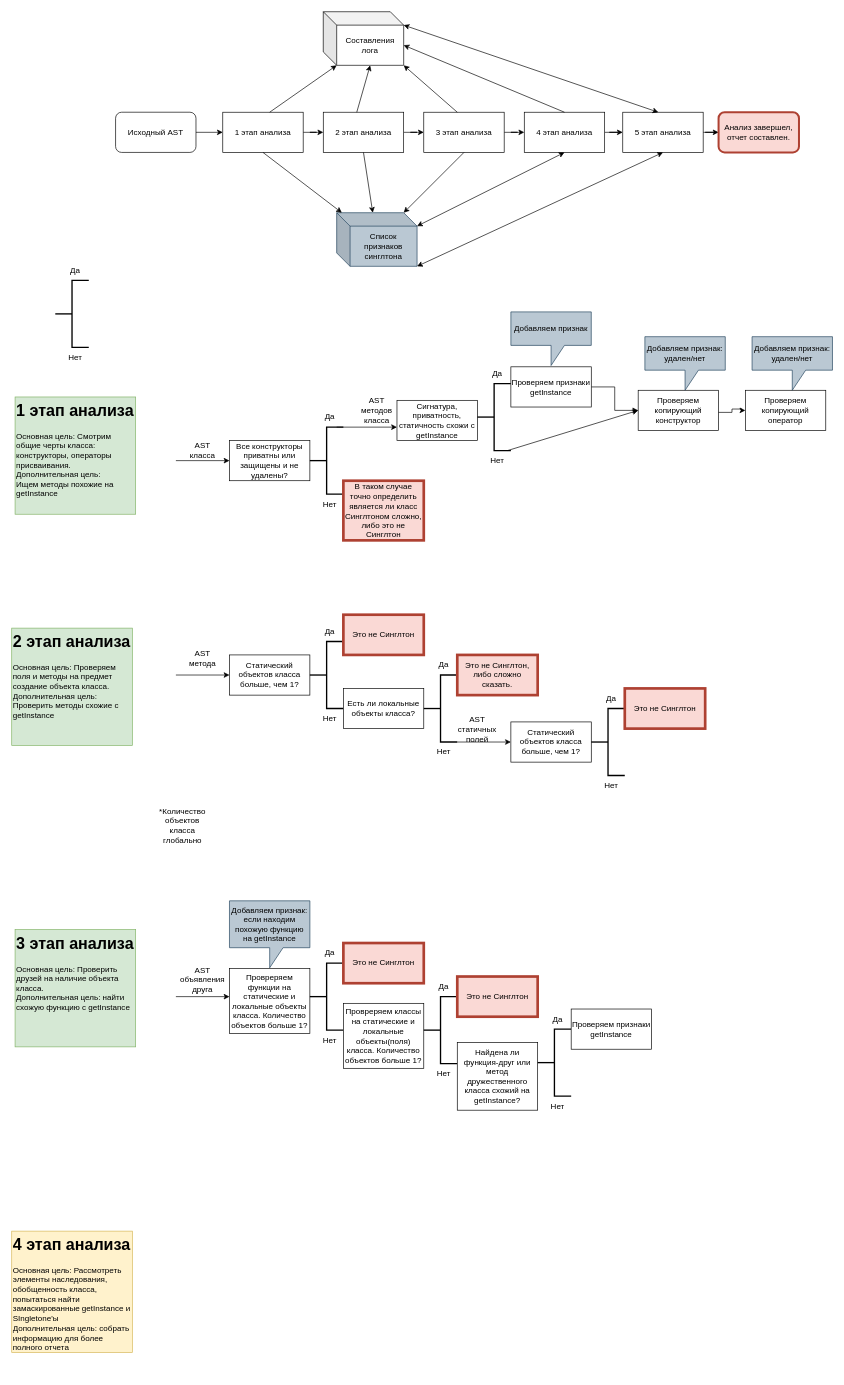
Before: CheckerDiagram.drawio in eastpriSs/SingletonChecker, a draw.io diagram. Source tidied: cells renumbered, new cells numbered last; positions are measured from the earlier drawing's top-left corner, leaving out a move shared by most shapes. Both pictures are drawn from the tidied source at 67%, with x=0, y=0 at pixel (11, 11).
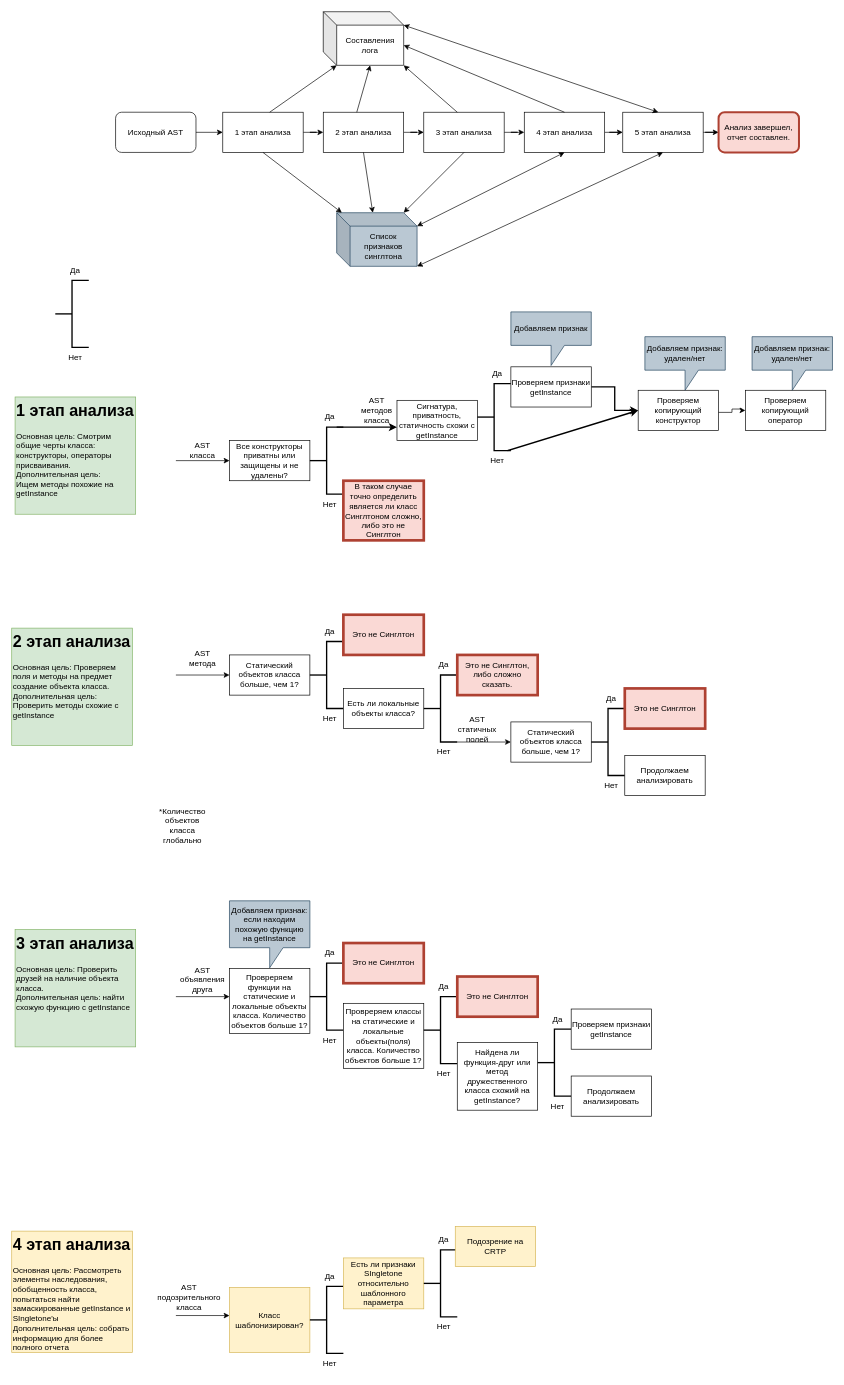
The same diagram, later.

The change refers to these unchanged cells:
```xml
<mxCell id="42" value="Нет" style="text;html=1;align=center;verticalAlign=middle;whiteSpace=wrap;rounded=0;" parent="1" vertex="1">
  <mxGeometry x="695" y="655" width="60" height="30" as="geometry" />
</mxCell>
<mxCell id="44" value="Проверяем признаки getInstance" style="rounded=0;whiteSpace=wrap;html=1;" parent="1" vertex="1">
  <mxGeometry x="745" y="530" width="120" height="60" as="geometry" />
</mxCell>
<mxCell id="46" value="Проверяем копирующий конструктор" style="rounded=0;whiteSpace=wrap;html=1;" parent="1" vertex="1">
  <mxGeometry x="935" y="565" width="120" height="60" as="geometry" />
</mxCell>
```

The edit, as a diff of the source:
```diff
@@
-    <mxCell id="37" style="endArrow=classic;html=1;rounded=0;" parent="1" edge="1">
+    <mxCell id="37" style="endArrow=classic;html=1;rounded=0;strokeWidth=2;" parent="1" edge="1">
       <mxGeometry relative="1" as="geometry">
         <mxPoint x="485" y="620" as="sourcePoint" />
         <mxPoint x="575" y="620" as="targetPoint" />
       </mxGeometry>
     </mxCell>
@@
-    <mxCell id="43" style="edgeStyle=orthogonalEdgeStyle;rounded=0;jettySize=auto;html=1;" parent="1" edge="1" source="44" target="46">
+    <mxCell id="43" style="edgeStyle=orthogonalEdgeStyle;rounded=0;jettySize=auto;html=1;strokeWidth=2;" parent="1" edge="1" source="44" target="46">
       <mxGeometry relative="1" as="geometry" />
     </mxCell>
@@
-    <mxCell id="48" style="endArrow=classic;html=1;rounded=0;exitX=0.75;exitY=0;exitDx=0;exitDy=0;entryX=0;entryY=0.5;entryDx=0;entryDy=0;" parent="1" edge="1" source="42" target="46">
+    <mxCell id="48" style="endArrow=classic;html=1;rounded=0;exitX=0.75;exitY=0;exitDx=0;exitDy=0;entryX=0;entryY=0.5;entryDx=0;entryDy=0;strokeWidth=2;" parent="1" edge="1" source="42" target="46">
       <mxGeometry relative="1" as="geometry" />
     </mxCell>
@@
+    <mxCell id="94" style="endArrow=classic;html=1;rounded=0;" parent="1" edge="1">
+      <mxGeometry relative="1" as="geometry">
+        <mxPoint x="245" y="1946" as="sourcePoint" />
+        <mxPoint x="325" y="1946" as="targetPoint" />
+      </mxGeometry>
+    </mxCell>
+    <mxCell id="95" value="AST подозрительного класса" style="text;html=1;align=center;verticalAlign=middle;whiteSpace=wrap;rounded=0;" parent="1" vertex="1">
+      <mxGeometry x="235" y="1904" width="60" height="30" as="geometry" />
+    </mxCell>
+    <mxCell id="96" value="Класс шаблонизирован?" style="rounded=0;whiteSpace=wrap;html=1;fillColor=#fff2cc;strokeColor=#d6b656;" parent="1" vertex="1">
+      <mxGeometry x="325" y="1904" width="120" height="97" as="geometry" />
+    </mxCell>
+    <mxCell id="97" style="strokeWidth=2;html=1;shape=mxgraph.flowchart.annotation_2;align=left;labelPosition=right;" parent="1" vertex="1">
+      <mxGeometry x="445" y="1902.5" width="50" height="100" as="geometry" />
+    </mxCell>
+    <mxCell id="98" value="Да" style="text;html=1;align=center;verticalAlign=middle;whiteSpace=wrap;rounded=0;" parent="1" vertex="1">
+      <mxGeometry x="445" y="1872.5" width="60" height="30" as="geometry" />
+    </mxCell>
+    <mxCell id="99" value="Нет" style="text;html=1;align=center;verticalAlign=middle;whiteSpace=wrap;rounded=0;" parent="1" vertex="1">
+      <mxGeometry x="445" y="2002.5" width="60" height="30" as="geometry" />
+    </mxCell>
+    <mxCell id="100" value="Есть ли признаки SIngletone относительно шаблонного параметра" style="rounded=0;whiteSpace=wrap;html=1;fillColor=#fff2cc;strokeColor=#d6b656;" parent="1" vertex="1">
+      <mxGeometry x="495" y="1860" width="120" height="76" as="geometry" />
+    </mxCell>
+    <mxCell id="101" value="Продолжаем анализировать" style="rounded=0;whiteSpace=wrap;html=1;" parent="1" vertex="1">
+      <mxGeometry x="915" y="1110" width="120" height="60" as="geometry" />
+    </mxCell>
+    <mxCell id="102" value="Продолжаем анализировать" style="rounded=0;whiteSpace=wrap;html=1;" parent="1" vertex="1">
+      <mxGeometry x="835" y="1588.5" width="120" height="60" as="geometry" />
+    </mxCell>
+    <mxCell id="103" style="strokeWidth=2;html=1;shape=mxgraph.flowchart.annotation_2;align=left;labelPosition=right;" parent="1" vertex="1">
+      <mxGeometry x="615" y="1848" width="50" height="100" as="geometry" />
+    </mxCell>
+    <mxCell id="104" value="Да" style="text;html=1;align=center;verticalAlign=middle;whiteSpace=wrap;rounded=0;" parent="1" vertex="1">
+      <mxGeometry x="615" y="1818" width="60" height="30" as="geometry" />
+    </mxCell>
+    <mxCell id="105" value="Нет" style="text;html=1;align=center;verticalAlign=middle;whiteSpace=wrap;rounded=0;" parent="1" vertex="1">
+      <mxGeometry x="615" y="1948" width="60" height="30" as="geometry" />
+    </mxCell>
+    <mxCell id="106" value="Подозрение на CRTP" style="rounded=0;whiteSpace=wrap;html=1;fillColor=#fff2cc;strokeColor=#d6b656;" parent="1" vertex="1">
+      <mxGeometry x="662" y="1813" width="120" height="60" as="geometry" />
+    </mxCell>
```
